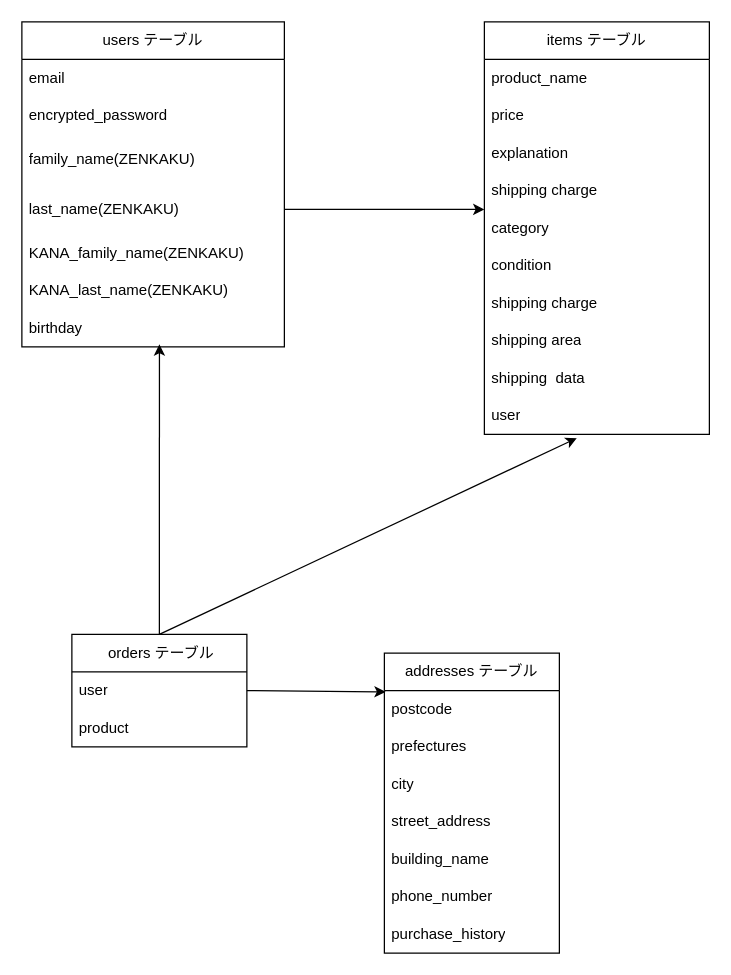
The draw.io diagram ER.dio in kikuchimami/furima-39130, before the edit. Source tidied: cells renumbered, new cells numbered last; positions are measured from the earlier drawing's top-left corner, leaving out a move shared by most shapes. Both pictures are drawn from the tidied source at 125%, with x=0, y=0 at pixel (21, 21).
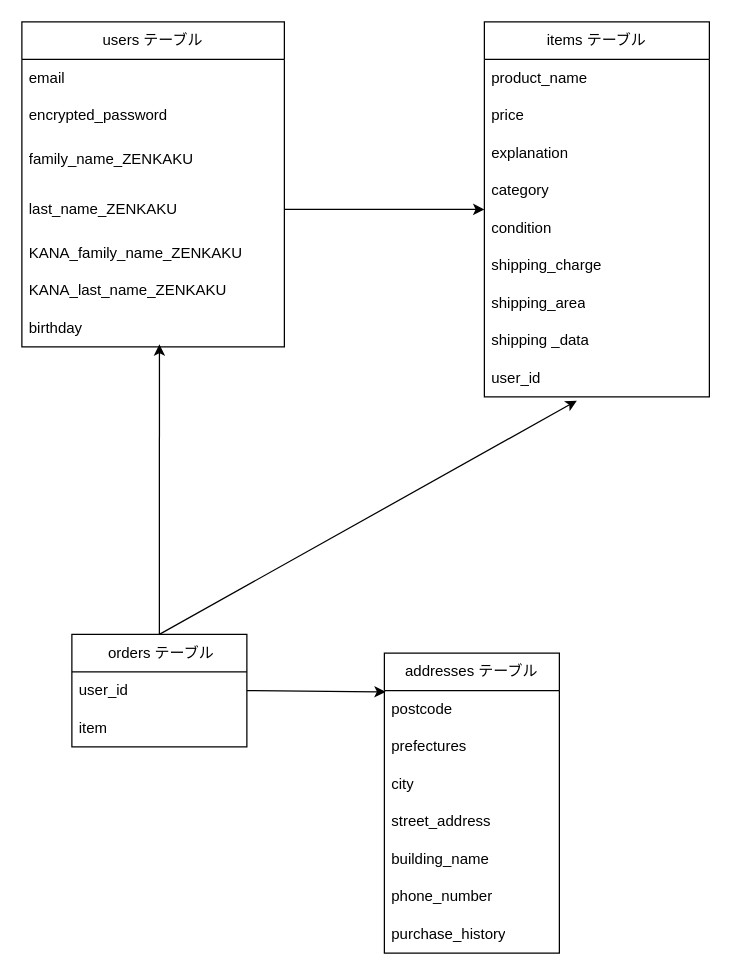
The same page after the edit.

Commit message (it also covers changes not shown here):
ER図、README修正_3

Unchanged cells that the change refers to:
```xml
<mxCell id="2" value="users テーブル" style="swimlane;fontStyle=0;horizontal=1;startSize=30;whiteSpace=wrap;html=1;" parent="1" vertex="1">
  <mxGeometry width="210" height="260" as="geometry" />
</mxCell>
<mxCell id="31" value="&amp;nbsp;orders テーブル" style="swimlane;fontStyle=0;horizontal=1;startSize=30;whiteSpace=wrap;html=1;" parent="1" vertex="1">
  <mxGeometry x="40" y="490" width="140" height="90" as="geometry" />
</mxCell>
```

The edit, as a diff of the source:
```diff
@@
-    <mxCell id="5" value="family_name(ZENKAKU)" style="text;strokeColor=none;fillColor=none;align=left;verticalAlign=middle;spacingLeft=4;spacingRight=4;overflow=hidden;whiteSpace=wrap;html=1;" parent="2" vertex="1">
+    <mxCell id="5" value="family_name_ZENKAKU" style="text;strokeColor=none;fillColor=none;align=left;verticalAlign=middle;spacingLeft=4;spacingRight=4;overflow=hidden;whiteSpace=wrap;html=1;" parent="2" vertex="1">
       <mxGeometry y="90" width="210" height="40" as="geometry" />
     </mxCell>
-    <mxCell id="6" value="last_name(ZENKAKU)" style="text;strokeColor=none;fillColor=none;align=left;verticalAlign=middle;spacingLeft=4;spacingRight=4;overflow=hidden;points=[[0,0.5],[1,0.5]];portConstraint=eastwest;whiteSpace=wrap;html=1;" parent="2" vertex="1">
+    <mxCell id="6" value="last_name_ZENKAKU" style="text;strokeColor=none;fillColor=none;align=left;verticalAlign=middle;spacingLeft=4;spacingRight=4;overflow=hidden;points=[[0,0.5],[1,0.5]];portConstraint=eastwest;whiteSpace=wrap;html=1;" parent="2" vertex="1">
       <mxGeometry y="130" width="210" height="40" as="geometry" />
     </mxCell>
-    <mxCell id="7" value="KANA_family_name(ZENKAKU)" style="text;strokeColor=none;fillColor=none;align=left;verticalAlign=middle;spacingLeft=4;spacingRight=4;overflow=hidden;whiteSpace=wrap;html=1;" parent="2" vertex="1">
+    <mxCell id="7" value="KANA_family_name_ZENKAKU" style="text;strokeColor=none;fillColor=none;align=left;verticalAlign=middle;spacingLeft=4;spacingRight=4;overflow=hidden;whiteSpace=wrap;html=1;" parent="2" vertex="1">
       <mxGeometry y="170" width="210" height="30" as="geometry" />
     </mxCell>
-    <mxCell id="8" value="KANA_last_name(ZENKAKU)" style="text;strokeColor=none;fillColor=none;align=left;verticalAlign=middle;spacingLeft=4;spacingRight=4;overflow=hidden;whiteSpace=wrap;html=1;" parent="2" vertex="1">
+    <mxCell id="8" value="KANA_last_name_ZENKAKU" style="text;strokeColor=none;fillColor=none;align=left;verticalAlign=middle;spacingLeft=4;spacingRight=4;overflow=hidden;whiteSpace=wrap;html=1;" parent="2" vertex="1">
       <mxGeometry y="200" width="210" height="30" as="geometry" />
     </mxCell>
@@
     <mxCell id="10" value="items テーブル" style="swimlane;fontStyle=0;horizontal=1;startSize=30;whiteSpace=wrap;html=1;" parent="1" vertex="1">
-      <mxGeometry x="370" width="180" height="330" as="geometry" />
+      <mxGeometry x="370" width="180" height="300" as="geometry" />
     </mxCell>
@@
-    <mxCell id="14" value="shipping charge" style="text;strokeColor=none;fillColor=none;align=left;verticalAlign=middle;spacingLeft=4;spacingRight=4;overflow=hidden;whiteSpace=wrap;html=1;" parent="10" vertex="1">
-      <mxGeometry y="120" width="180" height="30" as="geometry" />
-    </mxCell>
     <mxCell id="15" value="category" style="text;strokeColor=none;fillColor=none;align=left;verticalAlign=middle;spacingLeft=4;spacingRight=4;overflow=hidden;whiteSpace=wrap;html=1;" parent="10" vertex="1">
-      <mxGeometry y="150" width="180" height="30" as="geometry" />
+      <mxGeometry y="120" width="180" height="30" as="geometry" />
     </mxCell>
     <mxCell id="16" value="condition" style="text;strokeColor=none;fillColor=none;align=left;verticalAlign=middle;spacingLeft=4;spacingRight=4;overflow=hidden;whiteSpace=wrap;html=1;" parent="10" vertex="1">
-      <mxGeometry y="180" width="180" height="30" as="geometry" />
+      <mxGeometry y="150" width="180" height="30" as="geometry" />
     </mxCell>
-    <mxCell id="17" value="shipping charge" style="text;strokeColor=none;fillColor=none;align=left;verticalAlign=middle;spacingLeft=4;spacingRight=4;overflow=hidden;whiteSpace=wrap;html=1;" parent="10" vertex="1">
-      <mxGeometry y="210" width="180" height="30" as="geometry" />
+    <mxCell id="17" value="shipping_charge" style="text;strokeColor=none;fillColor=none;align=left;verticalAlign=middle;spacingLeft=4;spacingRight=4;overflow=hidden;whiteSpace=wrap;html=1;" parent="10" vertex="1">
+      <mxGeometry y="180" width="180" height="30" as="geometry" />
     </mxCell>
-    <mxCell id="18" value="shipping area" style="text;strokeColor=none;fillColor=none;align=left;verticalAlign=middle;spacingLeft=4;spacingRight=4;overflow=hidden;whiteSpace=wrap;html=1;" parent="10" vertex="1">
-      <mxGeometry y="240" width="180" height="30" as="geometry" />
+    <mxCell id="18" value="shipping_area" style="text;strokeColor=none;fillColor=none;align=left;verticalAlign=middle;spacingLeft=4;spacingRight=4;overflow=hidden;whiteSpace=wrap;html=1;" parent="10" vertex="1">
+      <mxGeometry y="210" width="180" height="30" as="geometry" />
     </mxCell>
-    <mxCell id="19" value="shipping&amp;nbsp; data" style="text;strokeColor=none;fillColor=none;align=left;verticalAlign=middle;spacingLeft=4;spacingRight=4;overflow=hidden;whiteSpace=wrap;html=1;" parent="10" vertex="1">
-      <mxGeometry y="270" width="180" height="30" as="geometry" />
+    <mxCell id="19" value="shipping _data" style="text;strokeColor=none;fillColor=none;align=left;verticalAlign=middle;spacingLeft=4;spacingRight=4;overflow=hidden;whiteSpace=wrap;html=1;" parent="10" vertex="1">
+      <mxGeometry y="240" width="180" height="30" as="geometry" />
     </mxCell>
-    <mxCell id="20" value="user" style="text;strokeColor=none;fillColor=none;align=left;verticalAlign=middle;spacingLeft=4;spacingRight=4;overflow=hidden;points=[[0,0.5],[1,0.5]];portConstraint=eastwest;whiteSpace=wrap;html=1;" parent="10" vertex="1">
-      <mxGeometry y="300" width="180" height="30" as="geometry" />
+    <mxCell id="20" value="user_id" style="text;strokeColor=none;fillColor=none;align=left;verticalAlign=middle;spacingLeft=4;spacingRight=4;overflow=hidden;points=[[0,0.5],[1,0.5]];portConstraint=eastwest;whiteSpace=wrap;html=1;" parent="10" vertex="1">
+      <mxGeometry y="270" width="180" height="30" as="geometry" />
     </mxCell>
@@
-    <mxCell id="32" value="user" style="text;strokeColor=none;fillColor=none;align=left;verticalAlign=middle;spacingLeft=4;spacingRight=4;overflow=hidden;points=[[0,0.5],[1,0.5]];portConstraint=eastwest;whiteSpace=wrap;html=1;" parent="31" vertex="1">
+    <mxCell id="32" value="user_id" style="text;strokeColor=none;fillColor=none;align=left;verticalAlign=middle;spacingLeft=4;spacingRight=4;overflow=hidden;points=[[0,0.5],[1,0.5]];portConstraint=eastwest;whiteSpace=wrap;html=1;" parent="31" vertex="1">
       <mxGeometry y="30" width="140" height="30" as="geometry" />
     </mxCell>
-    <mxCell id="33" value="product" style="text;strokeColor=none;fillColor=none;align=left;verticalAlign=middle;spacingLeft=4;spacingRight=4;overflow=hidden;whiteSpace=wrap;html=1;" parent="31" vertex="1">
+    <mxCell id="33" value="item" style="text;strokeColor=none;fillColor=none;align=left;verticalAlign=middle;spacingLeft=4;spacingRight=4;overflow=hidden;whiteSpace=wrap;html=1;" parent="31" vertex="1">
       <mxGeometry y="60" width="140" height="30" as="geometry" />
     </mxCell>
```
